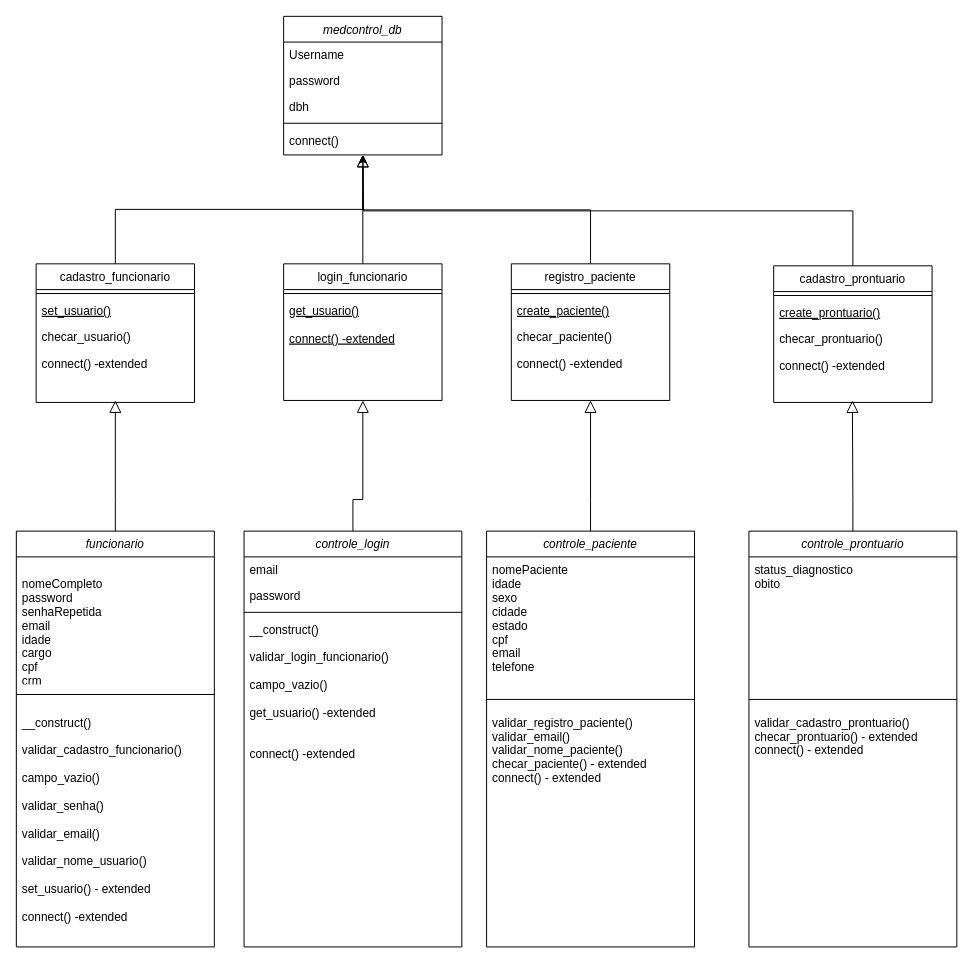
This is Diagramas/Diagrama_projeto.drawio from Jrdotan/Medcontrol-Proj-2SEM-Grupo-1, a draw.io file, before an edit. Source tidied: cells renumbered, new cells numbered last; positions are measured from the earlier drawing's top-left corner, leaving out a move shared by most shapes. Both pictures are drawn from the tidied source at 99%, with x=0, y=0 at pixel (16, 16).
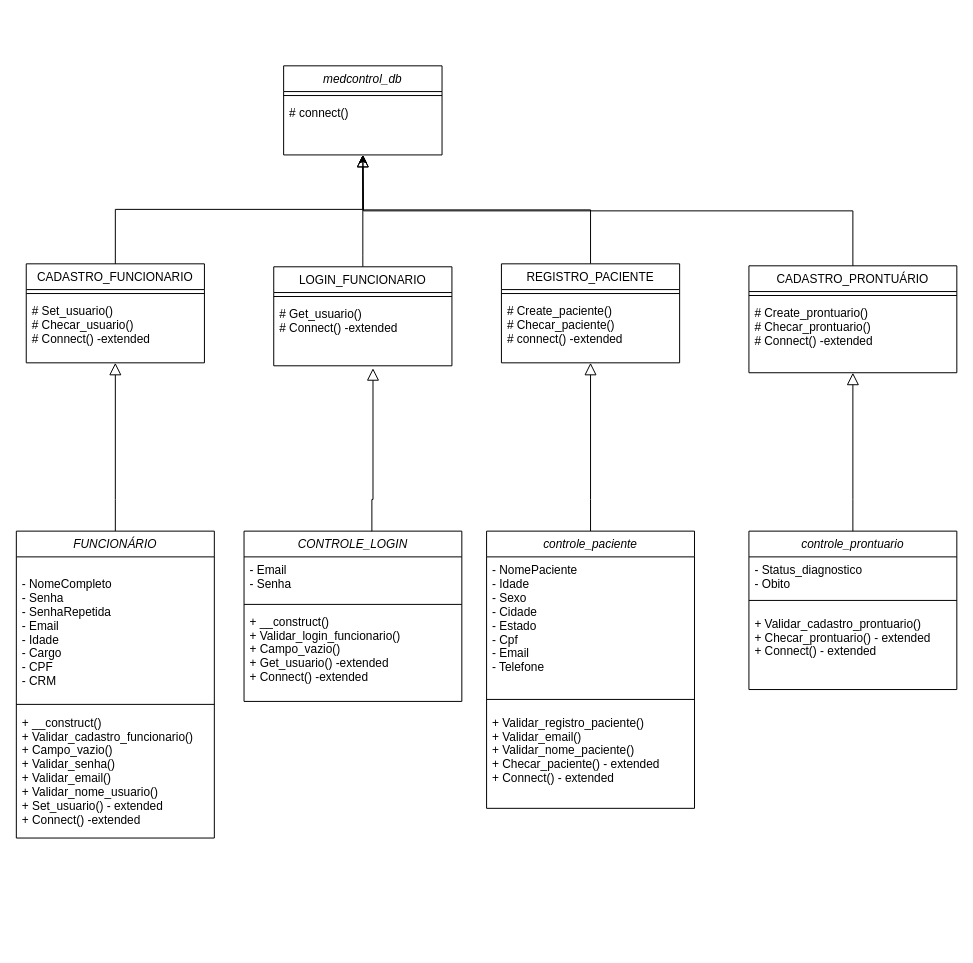
The same page after the edit.

Change to the diagram source:
```diff
@@
-<mxGraphModel>
+<mxGraphModel background="#ffffff">
@@
     <mxCell id="2" value="medcontrol_db" style="swimlane;fontStyle=2;align=center;verticalAlign=top;horizontal=1;startSize=26;rounded=0;shadow=0;strokeWidth=1;" parent="1" vertex="1">
-      <mxGeometry x="270" width="160" height="140" as="geometry" />
+      <mxGeometry x="270" y="50" width="160" height="90" as="geometry" />
     </mxCell>
-    <mxCell id="3" value="Username" style="text;align=left;verticalAlign=top;spacingLeft=4;spacingRight=4;overflow=hidden;" parent="2" vertex="1">
-      <mxGeometry y="26" width="160" height="26" as="geometry" />
-    </mxCell>
-    <mxCell id="4" value="password" style="text;align=left;verticalAlign=top;spacingLeft=4;spacingRight=4;overflow=hidden;rounded=0;shadow=0;html=0;" parent="2" vertex="1">
-      <mxGeometry y="52" width="160" height="26" as="geometry" />
-    </mxCell>
-    <mxCell id="5" value="dbh" style="text;align=left;verticalAlign=top;spacingLeft=4;spacingRight=4;overflow=hidden;rounded=0;shadow=0;html=0;" parent="2" vertex="1">
-      <mxGeometry y="78" width="160" height="26" as="geometry" />
-    </mxCell>
     <mxCell id="6" style="line;html=1;strokeWidth=1;align=left;verticalAlign=middle;spacingTop=-1;spacingLeft=3;spacingRight=3;labelPosition=right;" parent="2" vertex="1">
-      <mxGeometry y="104" width="160" height="8" as="geometry" />
+      <mxGeometry y="26" width="160" height="8" as="geometry" />
     </mxCell>
-    <mxCell id="7" value="connect()" style="text;align=left;verticalAlign=top;spacingLeft=4;spacingRight=4;overflow=hidden;" parent="2" vertex="1">
-      <mxGeometry y="112" width="160" height="28" as="geometry" />
+    <mxCell id="7" value="# connect()" style="text;align=left;verticalAlign=top;spacingLeft=4;spacingRight=4;overflow=hidden;" parent="2" vertex="1">
+      <mxGeometry y="34" width="160" height="28" as="geometry" />
     </mxCell>
-    <mxCell id="8" value="cadastro_funcionario" style="swimlane;fontStyle=0;align=center;verticalAlign=top;horizontal=1;startSize=26;rounded=0;shadow=0;strokeWidth=1;" parent="1" vertex="1">
-      <mxGeometry x="20" y="250" width="160" height="140" as="geometry" />
+    <mxCell id="8" value="CADASTRO_FUNCIONARIO" style="swimlane;fontStyle=0;align=center;verticalAlign=top;horizontal=1;startSize=26;rounded=0;shadow=0;strokeWidth=1;" parent="1" vertex="1">
+      <mxGeometry x="10" y="250" width="180" height="100" as="geometry" />
     </mxCell>
     <mxCell id="9" style="line;html=1;strokeWidth=1;align=left;verticalAlign=middle;spacingTop=-1;spacingLeft=3;spacingRight=3;labelPosition=right;" parent="8" vertex="1">
-      <mxGeometry y="26" width="160" height="8" as="geometry" />
+      <mxGeometry y="26" width="180" height="8" as="geometry" />
     </mxCell>
-    <mxCell id="10" value="set_usuario()" style="text;align=left;verticalAlign=top;spacingLeft=4;spacingRight=4;overflow=hidden;fontStyle=4;" parent="8" vertex="1">
-      <mxGeometry y="34" width="160" height="26" as="geometry" />
-    </mxCell>
-    <mxCell id="11" value="checar_usuario()&#10;&#10;connect() -extended&#10;" style="text;align=left;verticalAlign=top;spacingLeft=4;spacingRight=4;overflow=hidden;" parent="8" vertex="1">
-      <mxGeometry y="60" width="160" height="80" as="geometry" />
+    <mxCell id="11" value="# Set_usuario()&#10;# Checar_usuario()&#10;# Connect() -extended&#10;" style="text;align=left;verticalAlign=top;spacingLeft=4;spacingRight=4;overflow=hidden;" parent="8" vertex="1">
+      <mxGeometry y="34" width="180" height="66" as="geometry" />
     </mxCell>
@@
-    <mxCell id="14" value="login_funcionario" style="swimlane;fontStyle=0;align=center;verticalAlign=top;horizontal=1;startSize=26;rounded=0;shadow=0;strokeWidth=1;" parent="1" vertex="1">
-      <mxGeometry x="270" y="250" width="160" height="138" as="geometry" />
+    <mxCell id="14" value="LOGIN_FUNCIONARIO" style="swimlane;fontStyle=0;align=center;verticalAlign=top;horizontal=1;startSize=26;rounded=0;shadow=0;strokeWidth=1;" parent="1" vertex="1">
+      <mxGeometry x="260" y="253" width="180" height="100" as="geometry" />
     </mxCell>
     <mxCell id="15" style="line;html=1;strokeWidth=1;align=left;verticalAlign=middle;spacingTop=-1;spacingLeft=3;spacingRight=3;labelPosition=right;" parent="14" vertex="1">
-      <mxGeometry y="26" width="160" height="8" as="geometry" />
+      <mxGeometry y="26" width="180" height="8" as="geometry" />
     </mxCell>
-    <mxCell id="16" value="get_usuario()&#10;&#10;connect() -extended" style="text;align=left;verticalAlign=top;spacingLeft=4;spacingRight=4;overflow=hidden;points=[[0,0.5],[1,0.5]];portConstraint=eastwest;fontStyle=4;" parent="14" vertex="1">
-      <mxGeometry y="34" width="160" height="56" as="geometry" />
+    <mxCell id="16" value="# Get_usuario()&#10;# Connect() -extended" style="text;align=left;verticalAlign=top;spacingLeft=4;spacingRight=4;overflow=hidden;points=[[0,0.5],[1,0.5]];portConstraint=eastwest;fontStyle=0;" parent="14" vertex="1">
+      <mxGeometry y="34" width="180" height="66" as="geometry" />
     </mxCell>
@@
-    <mxCell id="18" value="registro_paciente" style="swimlane;fontStyle=0;align=center;verticalAlign=top;horizontal=1;startSize=26;rounded=0;shadow=0;strokeWidth=1;" parent="1" vertex="1">
-      <mxGeometry x="500" y="250" width="160" height="138" as="geometry" />
+    <mxCell id="18" value="REGISTRO_PACIENTE" style="swimlane;fontStyle=0;align=center;verticalAlign=top;horizontal=1;startSize=26;rounded=0;shadow=0;strokeWidth=1;" parent="1" vertex="1">
+      <mxGeometry x="490" y="250" width="180" height="100" as="geometry" />
     </mxCell>
     <mxCell id="19" style="line;html=1;strokeWidth=1;align=left;verticalAlign=middle;spacingTop=-1;spacingLeft=3;spacingRight=3;labelPosition=right;" parent="18" vertex="1">
-      <mxGeometry y="26" width="160" height="8" as="geometry" />
+      <mxGeometry y="26" width="180" height="8" as="geometry" />
     </mxCell>
-    <mxCell id="20" value="create_paciente()" style="text;align=left;verticalAlign=top;spacingLeft=4;spacingRight=4;overflow=hidden;fontStyle=4;" parent="18" vertex="1">
-      <mxGeometry y="34" width="160" height="26" as="geometry" />
-    </mxCell>
-    <mxCell id="21" value="checar_paciente()&#10;&#10;connect() -extended" style="text;align=left;verticalAlign=top;spacingLeft=4;spacingRight=4;overflow=hidden;" parent="18" vertex="1">
-      <mxGeometry y="60" width="160" height="60" as="geometry" />
+    <mxCell id="21" value="# Create_paciente()&#10;# Checar_paciente()&#10;# connect() -extended" style="text;align=left;verticalAlign=top;spacingLeft=4;spacingRight=4;overflow=hidden;" parent="18" vertex="1">
+      <mxGeometry y="34" width="180" height="60" as="geometry" />
     </mxCell>
-    <mxCell id="22" style="endArrow=block;endSize=10;endFill=0;shadow=0;strokeWidth=1;rounded=0;curved=0;edgeStyle=elbowEdgeStyle;elbow=vertical;exitX=0.5;exitY=0;exitDx=0;exitDy=0;" parent="1" edge="1" source="29">
+    <mxCell id="22" style="endArrow=block;endSize=10;endFill=0;shadow=0;strokeWidth=1;rounded=0;curved=0;edgeStyle=elbowEdgeStyle;elbow=vertical;exitX=0.587;exitY=0.017;exitDx=0;exitDy=0;entryX=0.557;entryY=1.037;entryDx=0;entryDy=0;entryPerimeter=0;exitPerimeter=0;" parent="1" edge="1" source="29" target="16">
       <mxGeometry relative="1" as="geometry">
-        <mxPoint x="350" y="388" as="targetPoint" />
         <Array as="points">
           <mxPoint x="379.5" y="488" />
         </Array>
       </mxGeometry>
     </mxCell>
     <mxCell id="23" style="endArrow=block;endSize=10;endFill=0;shadow=0;strokeWidth=1;rounded=0;curved=0;edgeStyle=elbowEdgeStyle;elbow=vertical;exitX=0.5;exitY=0;exitDx=0;exitDy=0;" parent="1" edge="1" source="25">
       <mxGeometry relative="1" as="geometry">
-        <mxPoint x="100" y="388" as="targetPoint" />
+        <mxPoint x="100" y="350" as="targetPoint" />
         <Array as="points">
           <mxPoint x="129.5" y="488" />
         </Array>
       </mxGeometry>
     </mxCell>
-    <mxCell id="24" style="endArrow=block;endSize=10;endFill=0;shadow=0;strokeWidth=1;rounded=0;curved=0;edgeStyle=elbowEdgeStyle;elbow=vertical;exitX=0.5;exitY=0;exitDx=0;exitDy=0;" parent="1" edge="1" source="34">
+    <mxCell id="24" style="endArrow=block;endSize=10;endFill=0;shadow=0;strokeWidth=1;rounded=0;curved=0;edgeStyle=elbowEdgeStyle;elbow=vertical;exitX=0.5;exitY=0;exitDx=0;exitDy=0;entryX=0.5;entryY=1;entryDx=0;entryDy=0;" parent="1" edge="1" source="34" target="18">
       <mxGeometry relative="1" as="geometry">
-        <mxPoint x="580" y="388" as="targetPoint" />
         <Array as="points">
           <mxPoint x="609.5" y="488" />
         </Array>
       </mxGeometry>
     </mxCell>
-    <mxCell id="25" value="funcionario" style="swimlane;fontStyle=2;align=center;verticalAlign=top;horizontal=1;startSize=26;rounded=0;shadow=0;strokeWidth=1;" parent="1" vertex="1">
-      <mxGeometry y="520" width="200" height="420" as="geometry" />
+    <mxCell id="25" value="FUNCIONÁRIO" style="swimlane;fontStyle=2;align=center;verticalAlign=top;horizontal=1;startSize=26;rounded=0;shadow=0;strokeWidth=1;" parent="1" vertex="1">
+      <mxGeometry y="520" width="200" height="310" as="geometry" />
     </mxCell>
-    <mxCell id="26" value="&#10;nomeCompleto&#10;password&#10;senhaRepetida&#10;email&#10;idade&#10;cargo&#10;cpf&#10;crm&#10;&#10;&#10;" style="text;align=left;verticalAlign=top;spacingLeft=4;spacingRight=4;overflow=hidden;" parent="25" vertex="1">
-      <mxGeometry y="26" width="200" height="124" as="geometry" />
+    <mxCell id="26" value="&#10;- NomeCompleto&#10;- Senha&#10;- SenhaRepetida&#10;- Email&#10;- Idade&#10;- Cargo&#10;- CPF&#10;- CRM&#10;&#10;" style="text;align=left;verticalAlign=top;spacingLeft=4;spacingRight=4;overflow=hidden;" parent="25" vertex="1">
+      <mxGeometry y="26" width="200" height="144" as="geometry" />
     </mxCell>
     <mxCell id="27" style="line;html=1;strokeWidth=1;align=left;verticalAlign=middle;spacingTop=-1;spacingLeft=3;spacingRight=3;labelPosition=right;" parent="25" vertex="1">
-      <mxGeometry y="150" width="200" height="30" as="geometry" />
+      <mxGeometry y="170" width="200" height="10" as="geometry" />
     </mxCell>
-    <mxCell id="28" value="__construct()&#10;&#10;validar_cadastro_funcionario()&#10;&#10;campo_vazio()&#10;&#10;validar_senha()&#10;&#10;validar_email()&#10;&#10;validar_nome_usuario()&#10;&#10;set_usuario() - extended&#10;&#10;connect() -extended&#10;&#10;&#10;&#10;&#10;&#10;&#10;" style="text;align=left;verticalAlign=top;spacingLeft=4;spacingRight=4;overflow=hidden;" parent="25" vertex="1">
-      <mxGeometry y="180" width="200" height="240" as="geometry" />
+    <mxCell id="28" value="+ __construct()&#10;+ Validar_cadastro_funcionario()&#10;+ Campo_vazio()&#10;+ Validar_senha()&#10;+ Validar_email()&#10;+ Validar_nome_usuario()&#10;+ Set_usuario() - extended&#10;+ Connect() -extended&#10;&#10;&#10;&#10;&#10;&#10;&#10;" style="text;align=left;verticalAlign=top;spacingLeft=4;spacingRight=4;overflow=hidden;" parent="25" vertex="1">
+      <mxGeometry y="180" width="200" height="130" as="geometry" />
     </mxCell>
-    <mxCell id="29" value="controle_login" style="swimlane;fontStyle=2;align=center;verticalAlign=top;horizontal=1;startSize=26;rounded=0;shadow=0;strokeWidth=1;" parent="1" vertex="1">
-      <mxGeometry x="230" y="520" width="220" height="420" as="geometry" />
+    <mxCell id="29" value="CONTROLE_LOGIN" style="swimlane;fontStyle=2;align=center;verticalAlign=top;horizontal=1;startSize=26;rounded=0;shadow=0;strokeWidth=1;" parent="1" vertex="1">
+      <mxGeometry x="230" y="520" width="220" height="172" as="geometry" />
     </mxCell>
-    <mxCell id="30" value="email" style="text;align=left;verticalAlign=top;spacingLeft=4;spacingRight=4;overflow=hidden;" parent="29" vertex="1">
-      <mxGeometry y="26" width="220" height="26" as="geometry" />
+    <mxCell id="30" value="- Email&#10;- Senha" style="text;align=left;verticalAlign=top;spacingLeft=4;spacingRight=4;overflow=hidden;" parent="29" vertex="1">
+      <mxGeometry y="26" width="220" height="44" as="geometry" />
     </mxCell>
-    <mxCell id="31" value="password" style="text;align=left;verticalAlign=top;spacingLeft=4;spacingRight=4;overflow=hidden;rounded=0;shadow=0;html=0;" parent="29" vertex="1">
-      <mxGeometry y="52" width="220" height="26" as="geometry" />
-    </mxCell>
     <mxCell id="32" style="line;html=1;strokeWidth=1;align=left;verticalAlign=middle;spacingTop=-1;spacingLeft=3;spacingRight=3;labelPosition=right;" parent="29" vertex="1">
-      <mxGeometry y="78" width="220" height="8" as="geometry" />
+      <mxGeometry y="70" width="220" height="8" as="geometry" />
     </mxCell>
-    <mxCell id="33" value="__construct()&#10;&#10;validar_login_funcionario()&#10;&#10;campo_vazio()&#10;&#10;get_usuario() -extended&#10;&#10;&#10;connect() -extended&#10;&#10;" style="text;align=left;verticalAlign=top;spacingLeft=4;spacingRight=4;overflow=hidden;" parent="29" vertex="1">
-      <mxGeometry y="86" width="220" height="174" as="geometry" />
+    <mxCell id="33" value="+ __construct()&#10;+ Validar_login_funcionario()&#10;+ Campo_vazio()&#10;+ Get_usuario() -extended&#10;+ Connect() -extended&#10;&#10;" style="text;align=left;verticalAlign=top;spacingLeft=4;spacingRight=4;overflow=hidden;" parent="29" vertex="1">
+      <mxGeometry y="78" width="220" height="94" as="geometry" />
     </mxCell>
     <mxCell id="34" value="controle_paciente" style="swimlane;fontStyle=2;align=center;verticalAlign=top;horizontal=1;startSize=26;rounded=0;shadow=0;strokeWidth=1;" parent="1" vertex="1">
-      <mxGeometry x="475" y="520" width="210" height="420" as="geometry" />
+      <mxGeometry x="475" y="520" width="210" height="280" as="geometry" />
     </mxCell>
-    <mxCell id="35" value="nomePaciente&#10;idade&#10;sexo&#10;cidade&#10;estado&#10;cpf&#10;email&#10;telefone&#10;" style="text;align=left;verticalAlign=top;spacingLeft=4;spacingRight=4;overflow=hidden;" parent="34" vertex="1">
+    <mxCell id="35" value="- NomePaciente&#10;- Idade&#10;- Sexo&#10;- Cidade&#10;- Estado&#10;- Cpf&#10;- Email&#10;- Telefone&#10;" style="text;align=left;verticalAlign=top;spacingLeft=4;spacingRight=4;overflow=hidden;" parent="34" vertex="1">
       <mxGeometry y="26" width="210" height="134" as="geometry" />
     </mxCell>
@@
-    <mxCell id="37" value="validar_registro_paciente()&#10;validar_email()&#10;validar_nome_paciente()&#10;checar_paciente() - extended&#10;connect() - extended" style="text;align=left;verticalAlign=top;spacingLeft=4;spacingRight=4;overflow=hidden;" parent="34" vertex="1">
-      <mxGeometry y="180" width="210" height="240" as="geometry" />
+    <mxCell id="37" value="+ Validar_registro_paciente()&#10;+ Validar_email()&#10;+ Validar_nome_paciente()&#10;+ Checar_paciente() - extended&#10;+ Connect() - extended" style="text;align=left;verticalAlign=top;spacingLeft=4;spacingRight=4;overflow=hidden;" parent="34" vertex="1">
+      <mxGeometry y="180" width="210" height="100" as="geometry" />
     </mxCell>
-    <mxCell id="38" value="cadastro_prontuario" style="swimlane;fontStyle=0;align=center;verticalAlign=top;horizontal=1;startSize=26;rounded=0;shadow=0;strokeWidth=1;" parent="1" vertex="1">
-      <mxGeometry x="765" y="252" width="160" height="138" as="geometry" />
+    <mxCell id="38" value="CADASTRO_PRONTUÁRIO" style="swimlane;fontStyle=0;align=center;verticalAlign=top;horizontal=1;startSize=26;rounded=0;shadow=0;strokeWidth=1;" parent="1" vertex="1">
+      <mxGeometry x="740" y="252" width="210" height="108" as="geometry" />
     </mxCell>
     <mxCell id="39" style="line;html=1;strokeWidth=1;align=left;verticalAlign=middle;spacingTop=-1;spacingLeft=3;spacingRight=3;labelPosition=right;" parent="38" vertex="1">
-      <mxGeometry y="26" width="160" height="8" as="geometry" />
+      <mxGeometry y="26" width="210" height="8" as="geometry" />
     </mxCell>
-    <mxCell id="40" value="create_prontuario()" style="text;align=left;verticalAlign=top;spacingLeft=4;spacingRight=4;overflow=hidden;fontStyle=4;" parent="38" vertex="1">
-      <mxGeometry y="34" width="160" height="26" as="geometry" />
-    </mxCell>
-    <mxCell id="41" value="checar_prontuario()&#10;&#10;connect() -extended" style="text;align=left;verticalAlign=top;spacingLeft=4;spacingRight=4;overflow=hidden;" parent="38" vertex="1">
-      <mxGeometry y="60" width="160" height="60" as="geometry" />
+    <mxCell id="41" value="# Create_prontuario()&#10;# Checar_prontuario()&#10;# Connect() -extended" style="text;align=left;verticalAlign=top;spacingLeft=4;spacingRight=4;overflow=hidden;" parent="38" vertex="1">
+      <mxGeometry y="34" width="210" height="60" as="geometry" />
     </mxCell>
@@
     <mxCell id="43" value="controle_prontuario" style="swimlane;fontStyle=2;align=center;verticalAlign=top;horizontal=1;startSize=26;rounded=0;shadow=0;strokeWidth=1;" parent="1" vertex="1">
-      <mxGeometry x="740" y="520" width="210" height="420" as="geometry" />
+      <mxGeometry x="740" y="520" width="210" height="160" as="geometry" />
     </mxCell>
-    <mxCell id="44" value="status_diagnostico&#10;obito&#10;&#10;" style="text;align=left;verticalAlign=top;spacingLeft=4;spacingRight=4;overflow=hidden;" parent="43" vertex="1">
-      <mxGeometry y="26" width="210" height="134" as="geometry" />
+    <mxCell id="44" value="- Status_diagnostico&#10;- Obito&#10;&#10;" style="text;align=left;verticalAlign=top;spacingLeft=4;spacingRight=4;overflow=hidden;" parent="43" vertex="1">
+      <mxGeometry y="26" width="210" height="34" as="geometry" />
     </mxCell>
     <mxCell id="45" style="line;html=1;strokeWidth=1;align=left;verticalAlign=middle;spacingTop=-1;spacingLeft=3;spacingRight=3;labelPosition=right;" parent="43" vertex="1">
-      <mxGeometry y="160" width="210" height="20" as="geometry" />
+      <mxGeometry y="60" width="210" height="20" as="geometry" />
     </mxCell>
-    <mxCell id="46" value="validar_cadastro_prontuario()&#10;checar_prontuario() - extended&#10;connect() - extended" style="text;align=left;verticalAlign=top;spacingLeft=4;spacingRight=4;overflow=hidden;" parent="43" vertex="1">
-      <mxGeometry y="180" width="210" height="240" as="geometry" />
+    <mxCell id="46" value="+ Validar_cadastro_prontuario()&#10;+ Checar_prontuario() - extended&#10;+ Connect() - extended" style="text;align=left;verticalAlign=top;spacingLeft=4;spacingRight=4;overflow=hidden;" parent="43" vertex="1">
+      <mxGeometry y="80" width="210" height="80" as="geometry" />
     </mxCell>
-    <mxCell id="47" style="endArrow=block;endSize=10;endFill=0;shadow=0;strokeWidth=1;rounded=0;curved=0;edgeStyle=elbowEdgeStyle;elbow=vertical;exitX=0.5;exitY=0;exitDx=0;exitDy=0;" parent="1" edge="1" source="43">
+    <mxCell id="47" style="endArrow=block;endSize=10;endFill=0;shadow=0;strokeWidth=1;rounded=0;curved=0;edgeStyle=elbowEdgeStyle;elbow=vertical;exitX=0.5;exitY=0;exitDx=0;exitDy=0;entryX=0.5;entryY=1;entryDx=0;entryDy=0;" parent="1" edge="1" source="43" target="38">
       <mxGeometry relative="1" as="geometry">
-        <mxPoint x="844.5" y="388" as="targetPoint" />
         <Array as="points">
           <mxPoint x="874" y="488" />
         </Array>
       </mxGeometry>
     </mxCell>
```
